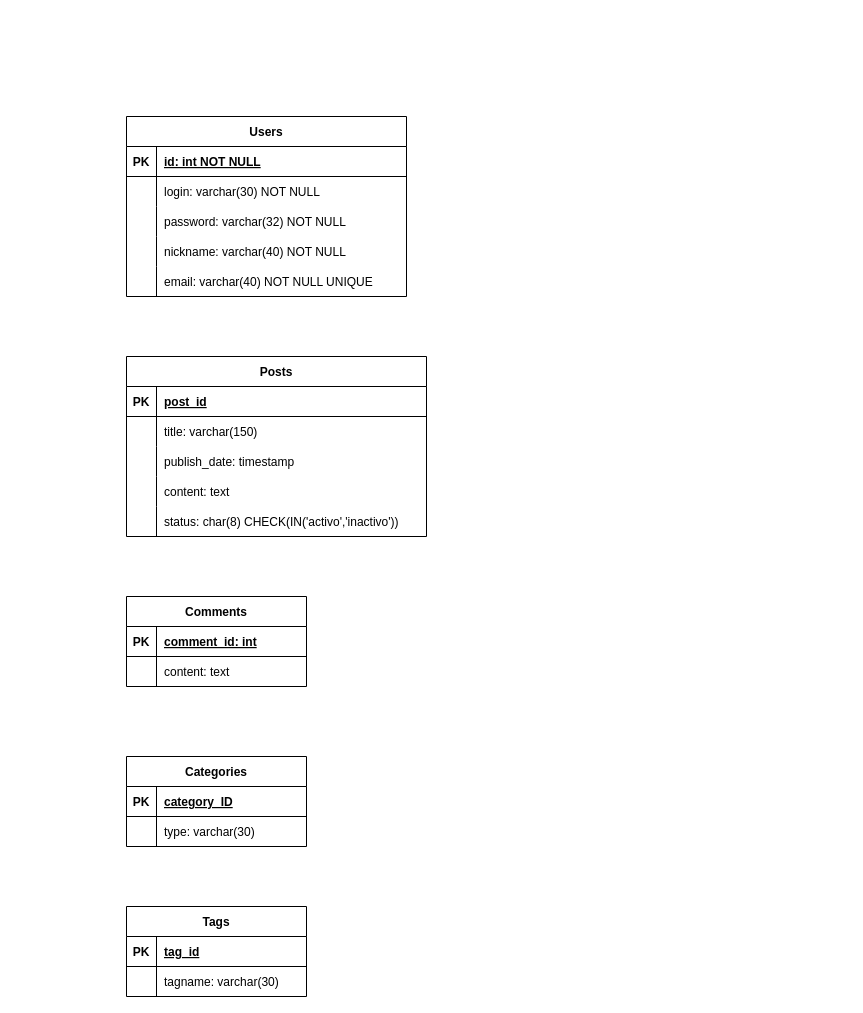
Above: base-diagram.drawio in Byance/learning-database (draw.io), before the change. Source tidied: cells renumbered, new cells numbered last; positions are measured from the earlier drawing's top-left corner, leaving out a move shared by most shapes. Both pictures are drawn from the tidied source at 100%, with x=0, y=0 at pixel (126, 116).
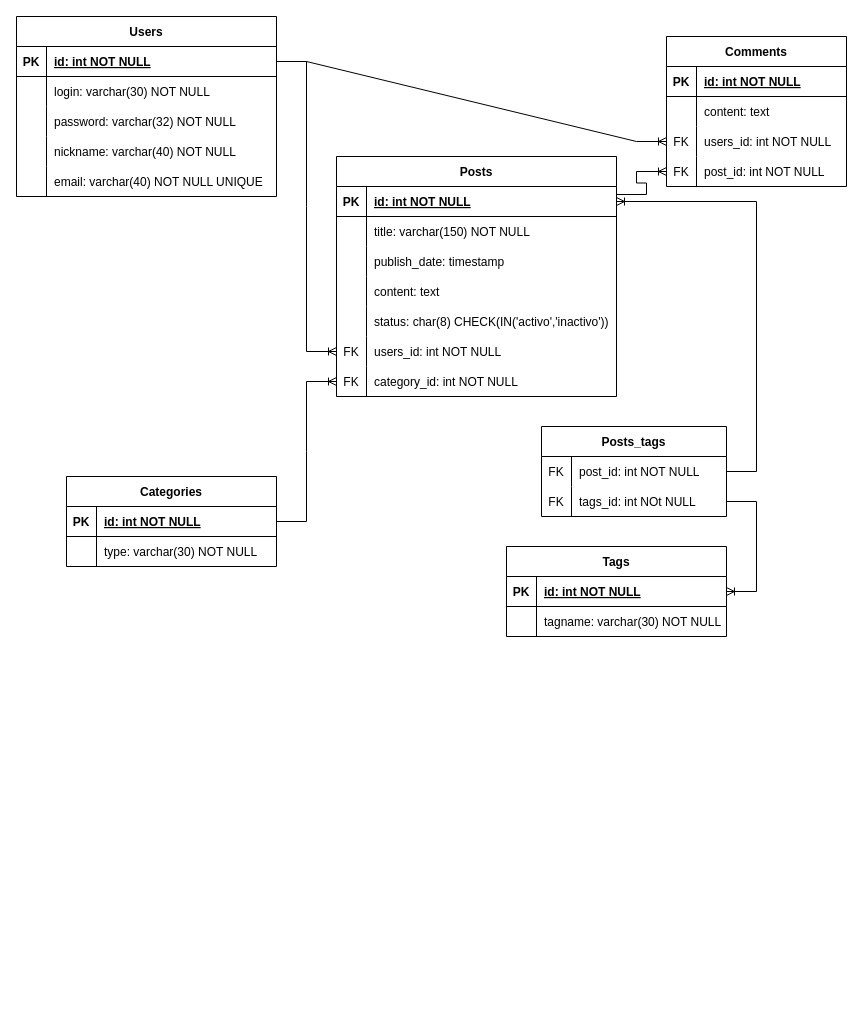
After the change.

The change refers to these unchanged cells:
```xml
<mxCell id="35" style="shape=tableRow;horizontal=0;startSize=0;swimlaneHead=0;swimlaneBody=0;fillColor=none;top=0;left=0;right=0;bottom=1;" parent="34" vertex="1">
  <mxGeometry y="30" width="180" height="30" as="geometry" />
</mxCell>
```

Change to the diagram source:
```diff
@@
     <mxCell id="2" value="Users" style="shape=table;startSize=30;childLayout=tableLayout;rowLines=0;fontStyle=1;align=center;" parent="1" vertex="1">
-      <mxGeometry width="280" height="180" as="geometry" />
+      <mxGeometry x="-110" y="-100" width="260" height="180" as="geometry" />
     </mxCell>
     <mxCell id="3" style="shape=partialRectangle;fillColor=none;points=[[0,0.5],[1,0.5]];portConstraint=eastwest;top=0;left=0;right=0;bottom=1;" parent="2" vertex="1">
-      <mxGeometry y="30" width="280" height="30" as="geometry" />
+      <mxGeometry y="30" width="260" height="30" as="geometry" />
     </mxCell>
@@
     <mxCell id="5" value="id: int NOT NULL " style="shape=partialRectangle;overflow=hidden;fillColor=none;top=0;left=0;bottom=0;right=0;align=left;spacingLeft=6;fontStyle=5;" parent="3" vertex="1">
-      <mxGeometry x="30" width="250" height="30" as="geometry" />
+      <mxGeometry x="30" width="230" height="30" as="geometry" />
     </mxCell>
     <mxCell id="6" style="shape=partialRectangle;fillColor=none;top=0;left=0;right=0;bottom=0;" parent="2" vertex="1">
-      <mxGeometry y="60" width="280" height="30" as="geometry" />
+      <mxGeometry y="60" width="260" height="30" as="geometry" />
     </mxCell>
@@
     <mxCell id="8" value="login: varchar(30) NOT NULL" style="shape=partialRectangle;overflow=hidden;fillColor=none;top=0;left=0;bottom=0;right=0;align=left;spacingLeft=6;" parent="6" vertex="1">
-      <mxGeometry x="30" width="250" height="30" as="geometry" />
+      <mxGeometry x="30" width="230" height="30" as="geometry" />
     </mxCell>
     <mxCell id="9" style="shape=tableRow;horizontal=0;startSize=0;swimlaneHead=0;swimlaneBody=0;fillColor=none;top=0;left=0;right=0;bottom=0;" parent="2" vertex="1">
-      <mxGeometry y="90" width="280" height="30" as="geometry" />
+      <mxGeometry y="90" width="260" height="30" as="geometry" />
     </mxCell>
@@
     <mxCell id="11" value="password: varchar(32) NOT NULL" style="shape=partialRectangle;fillColor=none;top=0;left=0;bottom=0;right=0;align=left;spacingLeft=6;overflow=hidden;" parent="9" vertex="1">
-      <mxGeometry x="30" width="250" height="30" as="geometry" />
+      <mxGeometry x="30" width="230" height="30" as="geometry" />
     </mxCell>
     <mxCell id="12" style="shape=tableRow;horizontal=0;startSize=0;swimlaneHead=0;swimlaneBody=0;fillColor=none;top=0;left=0;right=0;bottom=0;" parent="2" vertex="1">
-      <mxGeometry y="120" width="280" height="30" as="geometry" />
+      <mxGeometry y="120" width="260" height="30" as="geometry" />
     </mxCell>
@@
     <mxCell id="14" value="nickname: varchar(40) NOT NULL" style="shape=partialRectangle;fillColor=none;top=0;left=0;bottom=0;right=0;align=left;spacingLeft=6;overflow=hidden;" parent="12" vertex="1">
-      <mxGeometry x="30" width="250" height="30" as="geometry" />
+      <mxGeometry x="30" width="230" height="30" as="geometry" />
     </mxCell>
     <mxCell id="15" style="shape=tableRow;horizontal=0;startSize=0;swimlaneHead=0;swimlaneBody=0;fillColor=none;top=0;left=0;right=0;bottom=0;" parent="2" vertex="1">
-      <mxGeometry y="150" width="280" height="30" as="geometry" />
+      <mxGeometry y="150" width="260" height="30" as="geometry" />
     </mxCell>
@@
     <mxCell id="17" value="email: varchar(40) NOT NULL UNIQUE" style="shape=partialRectangle;fillColor=none;top=0;left=0;bottom=0;right=0;align=left;spacingLeft=6;overflow=hidden;" parent="15" vertex="1">
-      <mxGeometry x="30" width="250" height="30" as="geometry" />
+      <mxGeometry x="30" width="230" height="30" as="geometry" />
     </mxCell>
     <mxCell id="18" value="Posts" style="shape=table;startSize=30;childLayout=tableLayout;rowLines=0;fontStyle=1;align=center;" parent="1" vertex="1">
-      <mxGeometry y="240" width="300" height="180" as="geometry" />
+      <mxGeometry x="210" y="40" width="280" height="240" as="geometry" />
     </mxCell>
     <mxCell id="19" style="shape=tableRow;horizontal=0;startSize=0;swimlaneHead=0;swimlaneBody=0;fillColor=none;points=[[0,0.5],[1,0.5]];portConstraint=eastwest;top=0;left=0;right=0;bottom=1;" parent="18" vertex="1">
-      <mxGeometry y="30" width="300" height="30" as="geometry" />
+      <mxGeometry y="30" width="280" height="30" as="geometry" />
     </mxCell>
@@
-    <mxCell id="21" value="post_id" style="shape=partialRectangle;fillColor=none;top=0;left=0;bottom=0;right=0;align=left;spacingLeft=6;fontStyle=5;overflow=hidden;" parent="19" vertex="1">
-      <mxGeometry x="30" width="270" height="30" as="geometry" />
+    <mxCell id="21" value="id: int NOT NULL" style="shape=partialRectangle;fillColor=none;top=0;left=0;bottom=0;right=0;align=left;spacingLeft=6;fontStyle=5;overflow=hidden;" parent="19" vertex="1">
+      <mxGeometry x="30" width="250" height="30" as="geometry" />
     </mxCell>
     <mxCell id="22" style="shape=tableRow;horizontal=0;startSize=0;swimlaneHead=0;swimlaneBody=0;fillColor=none;top=0;left=0;right=0;bottom=0;" parent="18" vertex="1">
-      <mxGeometry y="60" width="300" height="30" as="geometry" />
+      <mxGeometry y="60" width="280" height="30" as="geometry" />
     </mxCell>
@@
-    <mxCell id="24" value="title: varchar(150)" style="shape=partialRectangle;fillColor=none;top=0;left=0;bottom=0;right=0;align=left;spacingLeft=6;overflow=hidden;" parent="22" vertex="1">
-      <mxGeometry x="30" width="270" height="30" as="geometry" />
+    <mxCell id="24" value="title: varchar(150) NOT NULL" style="shape=partialRectangle;fillColor=none;top=0;left=0;bottom=0;right=0;align=left;spacingLeft=6;overflow=hidden;" parent="22" vertex="1">
+      <mxGeometry x="30" width="250" height="30" as="geometry" />
     </mxCell>
     <mxCell id="25" style="shape=tableRow;horizontal=0;startSize=0;swimlaneHead=0;swimlaneBody=0;fillColor=none;top=0;left=0;right=0;bottom=0;" parent="18" vertex="1">
-      <mxGeometry y="90" width="300" height="30" as="geometry" />
+      <mxGeometry y="90" width="280" height="30" as="geometry" />
     </mxCell>
@@
     <mxCell id="27" value="publish_date: timestamp" style="shape=partialRectangle;fillColor=none;top=0;left=0;bottom=0;right=0;align=left;spacingLeft=6;overflow=hidden;" parent="25" vertex="1">
-      <mxGeometry x="30" width="270" height="30" as="geometry" />
+      <mxGeometry x="30" width="250" height="30" as="geometry" />
     </mxCell>
     <mxCell id="28" style="shape=tableRow;horizontal=0;startSize=0;swimlaneHead=0;swimlaneBody=0;fillColor=none;top=0;left=0;right=0;bottom=0;" parent="18" vertex="1">
-      <mxGeometry y="120" width="300" height="30" as="geometry" />
+      <mxGeometry y="120" width="280" height="30" as="geometry" />
     </mxCell>
@@
     <mxCell id="30" value="content: text" style="shape=partialRectangle;fillColor=none;top=0;left=0;bottom=0;right=0;align=left;spacingLeft=6;overflow=hidden;" parent="28" vertex="1">
-      <mxGeometry x="30" width="270" height="30" as="geometry" />
+      <mxGeometry x="30" width="250" height="30" as="geometry" />
     </mxCell>
     <mxCell id="31" style="shape=tableRow;horizontal=0;startSize=0;swimlaneHead=0;swimlaneBody=0;fillColor=none;top=0;left=0;right=0;bottom=0;" parent="18" vertex="1">
-      <mxGeometry y="150" width="300" height="30" as="geometry" />
+      <mxGeometry y="150" width="280" height="30" as="geometry" />
     </mxCell>
@@
     <mxCell id="33" value="status: char(8) CHECK(IN('activo','inactivo'))" style="shape=partialRectangle;fillColor=none;top=0;left=0;bottom=0;right=0;align=left;spacingLeft=6;overflow=hidden;" parent="31" vertex="1">
-      <mxGeometry x="30" width="270" height="30" as="geometry" />
+      <mxGeometry x="30" width="250" height="30" as="geometry" />
     </mxCell>
+    <mxCell id="55" style="shape=tableRow;horizontal=0;startSize=0;swimlaneHead=0;swimlaneBody=0;fillColor=none;points=[[0,0.5],[1,0.5]];portConstraint=eastwest;top=0;left=0;right=0;bottom=0;" parent="18" vertex="1">
+      <mxGeometry y="180" width="280" height="30" as="geometry" />
+    </mxCell>
+    <mxCell id="56" value="FK" style="shape=partialRectangle;fillColor=none;top=0;left=0;bottom=0;right=0;fontStyle=0;overflow=hidden;" parent="55" vertex="1">
+      <mxGeometry width="30" height="30" as="geometry" />
+    </mxCell>
+    <mxCell id="57" value="users_id: int NOT NULL" style="shape=partialRectangle;fillColor=none;top=0;left=0;bottom=0;right=0;align=left;spacingLeft=6;fontStyle=0;overflow=hidden;" parent="55" vertex="1">
+      <mxGeometry x="30" width="250" height="30" as="geometry" />
+    </mxCell>
+    <mxCell id="58" style="shape=tableRow;horizontal=0;startSize=0;swimlaneHead=0;swimlaneBody=0;fillColor=none;points=[[0,0.5],[1,0.5]];portConstraint=eastwest;top=0;left=0;right=0;bottom=0;" parent="18" vertex="1">
+      <mxGeometry y="210" width="280" height="30" as="geometry" />
+    </mxCell>
+    <mxCell id="59" value="FK" style="shape=partialRectangle;fillColor=none;top=0;left=0;bottom=0;right=0;fontStyle=0;overflow=hidden;" parent="58" vertex="1">
+      <mxGeometry width="30" height="30" as="geometry" />
+    </mxCell>
+    <mxCell id="60" value="category_id: int NOT NULL" style="shape=partialRectangle;fillColor=none;top=0;left=0;bottom=0;right=0;align=left;spacingLeft=6;fontStyle=0;overflow=hidden;" parent="58" vertex="1">
+      <mxGeometry x="30" width="250" height="30" as="geometry" />
+    </mxCell>
     <mxCell id="34" value="Comments" style="shape=table;startSize=30;childLayout=tableLayout;rowLines=0;fontStyle=1;align=center;" parent="1" vertex="1">
-      <mxGeometry y="480" width="180" height="90" as="geometry" />
+      <mxGeometry x="540" y="-80" width="180" height="150" as="geometry" />
     </mxCell>
@@
-    <mxCell id="37" value="comment_id: int" style="shape=partialRectangle;fillColor=none;top=0;left=0;bottom=0;right=0;align=left;spacingLeft=6;fontStyle=5;overflow=hidden;" parent="35" vertex="1">
+    <mxCell id="37" value="id: int NOT NULL" style="shape=partialRectangle;fillColor=none;top=0;left=0;bottom=0;right=0;align=left;spacingLeft=6;fontStyle=5;overflow=hidden;" parent="35" vertex="1">
       <mxGeometry x="30" width="150" height="30" as="geometry" />
     </mxCell>
@@
+    <mxCell id="61" style="shape=tableRow;horizontal=0;startSize=0;swimlaneHead=0;swimlaneBody=0;fillColor=none;points=[[0,0.5],[1,0.5]];portConstraint=eastwest;top=0;left=0;right=0;bottom=0;" parent="34" vertex="1">
+      <mxGeometry y="90" width="180" height="30" as="geometry" />
+    </mxCell>
+    <mxCell id="62" value="FK" style="shape=partialRectangle;fillColor=none;top=0;left=0;bottom=0;right=0;fontStyle=0;overflow=hidden;" parent="61" vertex="1">
+      <mxGeometry width="30" height="30" as="geometry" />
+    </mxCell>
+    <mxCell id="63" value="users_id: int NOT NULL" style="shape=partialRectangle;fillColor=none;top=0;left=0;bottom=0;right=0;align=left;spacingLeft=6;fontStyle=0;overflow=hidden;" parent="61" vertex="1">
+      <mxGeometry x="30" width="150" height="30" as="geometry" />
+    </mxCell>
+    <mxCell id="64" style="shape=tableRow;horizontal=0;startSize=0;swimlaneHead=0;swimlaneBody=0;fillColor=none;points=[[0,0.5],[1,0.5]];portConstraint=eastwest;top=0;left=0;right=0;bottom=0;" parent="34" vertex="1">
+      <mxGeometry y="120" width="180" height="30" as="geometry" />
+    </mxCell>
+    <mxCell id="65" value="FK" style="shape=partialRectangle;fillColor=none;top=0;left=0;bottom=0;right=0;fontStyle=0;overflow=hidden;" parent="64" vertex="1">
+      <mxGeometry width="30" height="30" as="geometry" />
+    </mxCell>
+    <mxCell id="66" value="post_id: int NOT NULL" style="shape=partialRectangle;fillColor=none;top=0;left=0;bottom=0;right=0;align=left;spacingLeft=6;fontStyle=0;overflow=hidden;" parent="64" vertex="1">
+      <mxGeometry x="30" width="150" height="30" as="geometry" />
+    </mxCell>
     <mxCell id="41" value="Categories" style="shape=table;startSize=30;childLayout=tableLayout;rowLines=0;fontStyle=1;align=center;" parent="1" vertex="1">
-      <mxGeometry y="640" width="180" height="90" as="geometry" />
+      <mxGeometry x="-60" y="360" width="210" height="90" as="geometry" />
     </mxCell>
     <mxCell id="42" style="shape=tableRow;horizontal=0;startSize=0;swimlaneHead=0;swimlaneBody=0;fillColor=none;points=[[0,0.5],[1,0.5]];portConstraint=eastwest;top=0;left=0;right=0;bottom=1;" parent="41" vertex="1">
-      <mxGeometry y="30" width="180" height="30" as="geometry" />
+      <mxGeometry y="30" width="210" height="30" as="geometry" />
     </mxCell>
@@
-    <mxCell id="44" value="category_ID" style="shape=partialRectangle;fillColor=none;top=0;left=0;bottom=0;right=0;align=left;spacingLeft=6;fontStyle=5;overflow=hidden;" parent="42" vertex="1">
-      <mxGeometry x="30" width="150" height="30" as="geometry" />
+    <mxCell id="44" value="id: int NOT NULL" style="shape=partialRectangle;fillColor=none;top=0;left=0;bottom=0;right=0;align=left;spacingLeft=6;fontStyle=5;overflow=hidden;" parent="42" vertex="1">
+      <mxGeometry x="30" width="180" height="30" as="geometry" />
     </mxCell>
     <mxCell id="45" style="shape=tableRow;horizontal=0;startSize=0;swimlaneHead=0;swimlaneBody=0;fillColor=none;top=0;left=0;right=0;bottom=0;" parent="41" vertex="1">
-      <mxGeometry y="60" width="180" height="30" as="geometry" />
+      <mxGeometry y="60" width="210" height="30" as="geometry" />
     </mxCell>
@@
-    <mxCell id="47" value="type: varchar(30)" style="shape=partialRectangle;fillColor=none;top=0;left=0;bottom=0;right=0;align=left;spacingLeft=6;overflow=hidden;" parent="45" vertex="1">
-      <mxGeometry x="30" width="150" height="30" as="geometry" />
+    <mxCell id="47" value="type: varchar(30) NOT NULL" style="shape=partialRectangle;fillColor=none;top=0;left=0;bottom=0;right=0;align=left;spacingLeft=6;overflow=hidden;" parent="45" vertex="1">
+      <mxGeometry x="30" width="180" height="30" as="geometry" />
     </mxCell>
     <mxCell id="48" value="Tags" style="shape=table;startSize=30;childLayout=tableLayout;rowLines=0;fontStyle=1;align=center;" parent="1" vertex="1">
-      <mxGeometry y="790" width="180" height="90" as="geometry" />
+      <mxGeometry x="380" y="430" width="220" height="90" as="geometry" />
     </mxCell>
     <mxCell id="49" style="shape=tableRow;horizontal=0;startSize=0;swimlaneHead=0;swimlaneBody=0;fillColor=none;points=[[0,0.5],[1,0.5]];portConstraint=eastwest;top=0;left=0;right=0;bottom=1;" parent="48" vertex="1">
-      <mxGeometry y="30" width="180" height="30" as="geometry" />
+      <mxGeometry y="30" width="220" height="30" as="geometry" />
     </mxCell>
@@
-    <mxCell id="51" value="tag_id" style="shape=partialRectangle;fillColor=none;top=0;left=0;bottom=0;right=0;align=left;spacingLeft=6;fontStyle=5;overflow=hidden;" parent="49" vertex="1">
-      <mxGeometry x="30" width="150" height="30" as="geometry" />
+    <mxCell id="51" value="id: int NOT NULL" style="shape=partialRectangle;fillColor=none;top=0;left=0;bottom=0;right=0;align=left;spacingLeft=6;fontStyle=5;overflow=hidden;" parent="49" vertex="1">
+      <mxGeometry x="30" width="190" height="30" as="geometry" />
     </mxCell>
     <mxCell id="52" style="shape=tableRow;horizontal=0;startSize=0;swimlaneHead=0;swimlaneBody=0;fillColor=none;top=0;left=0;right=0;bottom=0;" parent="48" vertex="1">
-      <mxGeometry y="60" width="180" height="30" as="geometry" />
+      <mxGeometry y="60" width="220" height="30" as="geometry" />
     </mxCell>
@@
-    <mxCell id="54" value="tagname: varchar(30)" style="shape=partialRectangle;fillColor=none;top=0;left=0;bottom=0;right=0;align=left;spacingLeft=6;overflow=hidden;" parent="52" vertex="1">
-      <mxGeometry x="30" width="150" height="30" as="geometry" />
+    <mxCell id="54" value="tagname: varchar(30) NOT NULL" style="shape=partialRectangle;fillColor=none;top=0;left=0;bottom=0;right=0;align=left;spacingLeft=6;overflow=hidden;" parent="52" vertex="1">
+      <mxGeometry x="30" width="190" height="30" as="geometry" />
     </mxCell>
+    <mxCell id="67" style="edgeStyle=entityRelationEdgeStyle;fontSize=12;html=1;endArrow=ERoneToMany;rounded=0;exitX=1;exitY=0.5;exitDx=0;exitDy=0;" parent="1" edge="1" source="3" target="55">
+      <mxGeometry relative="1" as="geometry" />
+    </mxCell>
+    <mxCell id="68" style="edgeStyle=entityRelationEdgeStyle;fontSize=12;html=1;endArrow=ERoneToMany;rounded=0;entryX=0;entryY=0.5;entryDx=0;entryDy=0;exitX=1;exitY=0.267;exitDx=0;exitDy=0;exitPerimeter=0;" parent="1" edge="1" source="19" target="64">
+      <mxGeometry relative="1" as="geometry" />
+    </mxCell>
+    <mxCell id="69" style="edgeStyle=entityRelationEdgeStyle;fontSize=12;html=1;endArrow=ERoneToMany;rounded=0;entryX=0;entryY=0.5;entryDx=0;entryDy=0;exitX=1;exitY=0.5;exitDx=0;exitDy=0;" parent="1" edge="1" source="3" target="61">
+      <mxGeometry relative="1" as="geometry" />
+    </mxCell>
+    <mxCell id="70" style="edgeStyle=entityRelationEdgeStyle;fontSize=12;html=1;endArrow=ERoneToMany;rounded=0;exitX=1;exitY=0.5;exitDx=0;exitDy=0;entryX=0;entryY=0.5;entryDx=0;entryDy=0;" parent="1" edge="1" source="42" target="58">
+      <mxGeometry relative="1" as="geometry" />
+    </mxCell>
+    <mxCell id="71" value="Posts_tags" style="shape=table;startSize=30;childLayout=tableLayout;rowLines=0;fontStyle=1;align=center;" parent="1" vertex="1">
+      <mxGeometry x="415" y="310" width="185" height="90" as="geometry" />
+    </mxCell>
+    <mxCell id="72" style="shape=tableRow;horizontal=0;startSize=0;swimlaneHead=0;swimlaneBody=0;fillColor=none;top=0;left=0;right=0;bottom=0;" parent="71" vertex="1">
+      <mxGeometry y="30" width="185" height="30" as="geometry" />
+    </mxCell>
+    <mxCell id="73" value="FK" style="shape=partialRectangle;fillColor=none;top=0;left=0;bottom=0;right=0;fontStyle=0;overflow=hidden;" parent="72" vertex="1">
+      <mxGeometry width="30" height="30" as="geometry" />
+    </mxCell>
+    <mxCell id="74" value="post_id: int NOT NULL" style="shape=partialRectangle;fillColor=none;top=0;left=0;bottom=0;right=0;align=left;spacingLeft=6;fontStyle=0;overflow=hidden;" parent="72" vertex="1">
+      <mxGeometry x="30" width="155" height="30" as="geometry" />
+    </mxCell>
+    <mxCell id="75" style="shape=tableRow;horizontal=0;startSize=0;swimlaneHead=0;swimlaneBody=0;fillColor=none;points=[[0,0.5],[1,0.5]];portConstraint=eastwest;top=0;left=0;right=0;bottom=0;" parent="71" vertex="1">
+      <mxGeometry y="60" width="185" height="30" as="geometry" />
+    </mxCell>
+    <mxCell id="76" value="FK" style="shape=partialRectangle;fillColor=none;top=0;left=0;bottom=0;right=0;fontStyle=0;overflow=hidden;" parent="75" vertex="1">
+      <mxGeometry width="30" height="30" as="geometry" />
+    </mxCell>
+    <mxCell id="77" value="tags_id: int NOt NULL" style="shape=partialRectangle;fillColor=none;top=0;left=0;bottom=0;right=0;align=left;spacingLeft=6;fontStyle=0;overflow=hidden;" parent="75" vertex="1">
+      <mxGeometry x="30" width="155" height="30" as="geometry" />
+    </mxCell>
+    <mxCell id="78" style="edgeStyle=entityRelationEdgeStyle;fontSize=12;html=1;endArrow=ERoneToMany;rounded=0;entryX=1;entryY=0.5;entryDx=0;entryDy=0;" parent="1" edge="1" source="75" target="49">
+      <mxGeometry relative="1" as="geometry" />
+    </mxCell>
+    <mxCell id="79" style="edgeStyle=entityRelationEdgeStyle;fontSize=12;html=1;endArrow=ERoneToMany;rounded=0;entryX=1;entryY=0.5;entryDx=0;entryDy=0;" parent="1" edge="1" target="19">
+      <mxGeometry relative="1" as="geometry">
+        <mxPoint x="600" y="355" as="sourcePoint" />
+      </mxGeometry>
+    </mxCell>
```
